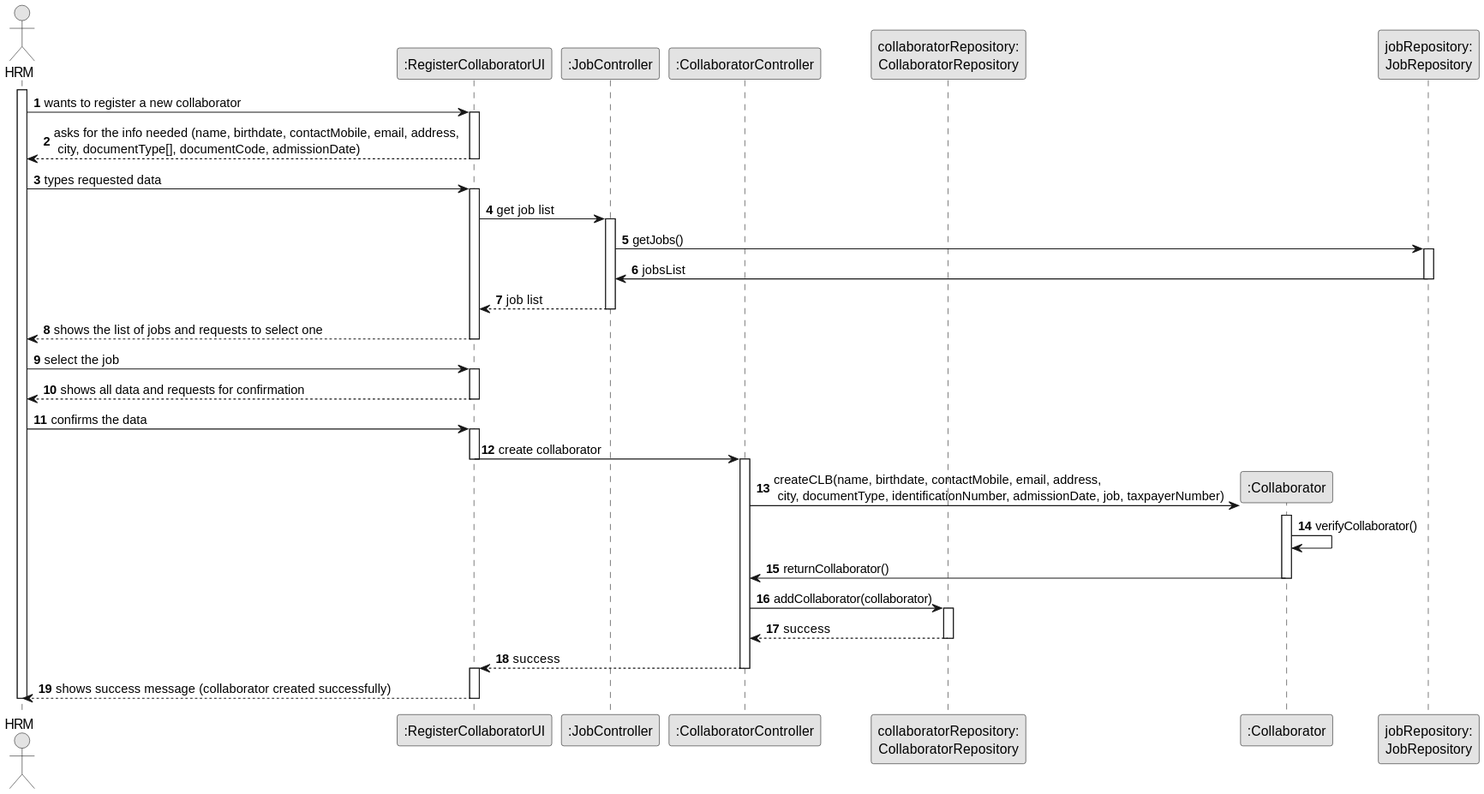
Above: docs/sprintB/us003/03.design/svg/us003-sequence-diagram-full.svg in RicardoMorim/lapr2-ISEP-Project (PlantUML), before the change.
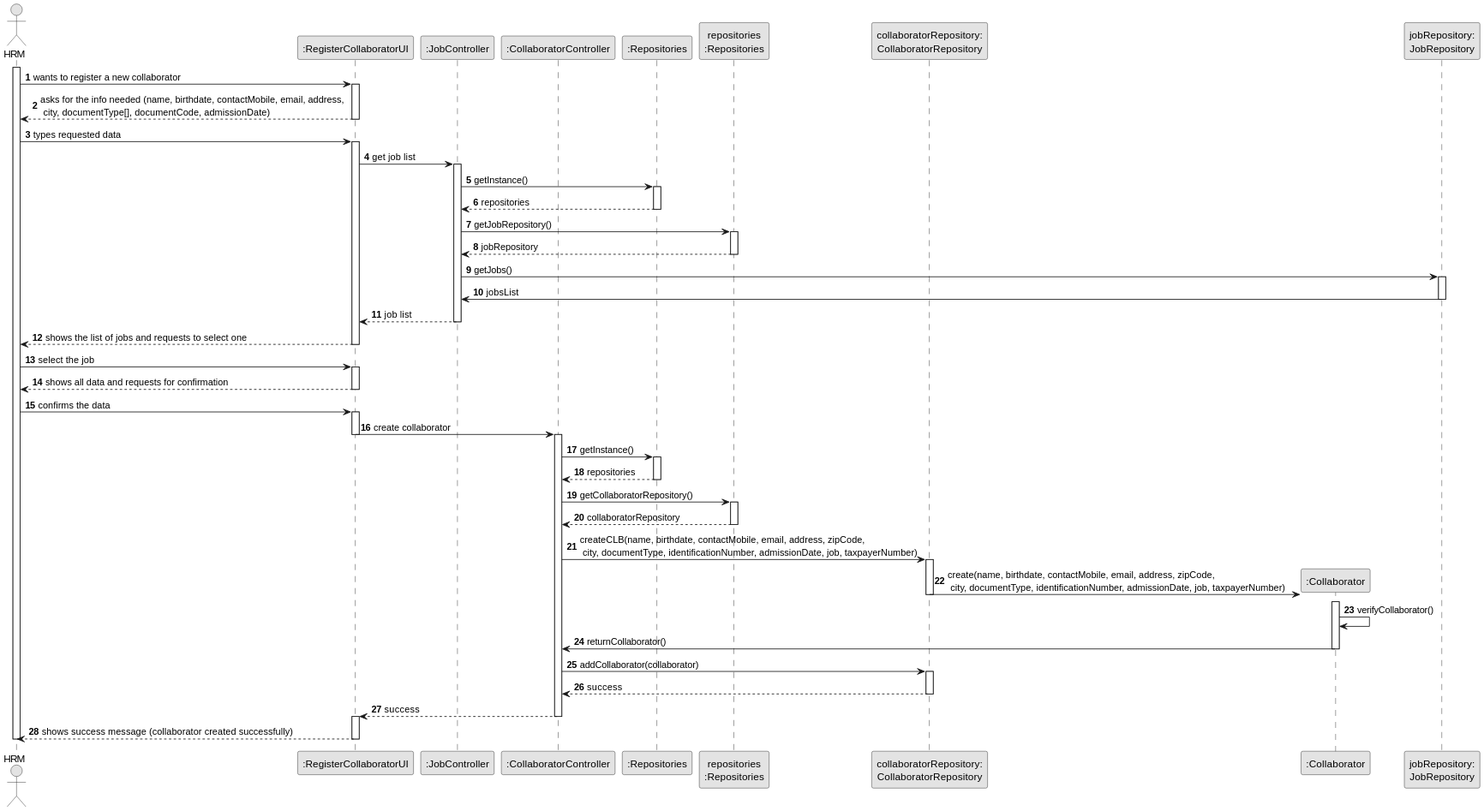
The same diagram one commit later.

Diff of the diagram source:
```diff
@@ -9,6 +9,8 @@
 participant ":RegisterCollaboratorUI" as UI
 participant ":JobController" as JC
 participant ":CollaboratorController" as CTRL
+participant ":Repositories" as GlobRepo
+participant "repositories\n:Repositories" as PLAT
 participant "collaboratorRepository:\nCollaboratorRepository" as CLBREP
 participant ":Collaborator" as CLB
 participant "jobRepository:\nJobRepository" as jobRepository
@@ -28,7 +30,22 @@
         UI -> JC: get job list
 
 
+
+
+
         activate JC
+
+            JC -> GlobRepo : getInstance()
+            activate GlobRepo
+
+            GlobRepo --> JC : repositories
+            deactivate GlobRepo
+
+            JC -> PLAT : getJobRepository()
+            activate PLAT
+
+            PLAT -->  JC: jobRepository
+            deactivate PLAT
 
             JC -> jobRepository : getJobs()
             activate jobRepository
@@ -38,6 +55,7 @@
 
 
             JC --> UI : job list
+
         deactivate JC
 
 
@@ -61,9 +79,28 @@
 
         activate CTRL
 
-            CTRL -> CLB** : createCLB(name, birthdate, contactMobile, email, address,\n city, documentType, identificationNumber, admissionDate, job, taxpayerNumber)
+            CTRL -> GlobRepo : getInstance()
+            activate GlobRepo
 
-                activate CLB
+            GlobRepo --> CTRL : repositories
+            deactivate GlobRepo
+
+            CTRL -> PLAT : getCollaboratorRepository()
+            activate PLAT
+
+            PLAT -->  CTRL: collaboratorRepository
+            deactivate PLAT
+
+            CTRL -> CLBREP : createCLB(name, birthdate, contactMobile, email, address, zipCode,\n city, documentType, identificationNumber, admissionDate, job, taxpayerNumber)
+
+
+            activate CLBREP
+            CLBREP->CLB** : create(name, birthdate, contactMobile, email, address, zipCode,\n city, documentType, identificationNumber, admissionDate, job, taxpayerNumber)
+
+            deactivate CLBREP
+
+
+            activate CLB
                     CLB -> CLB : verifyCollaborator()
 
                     CLB -> CTRL : returnCollaborator()
```
